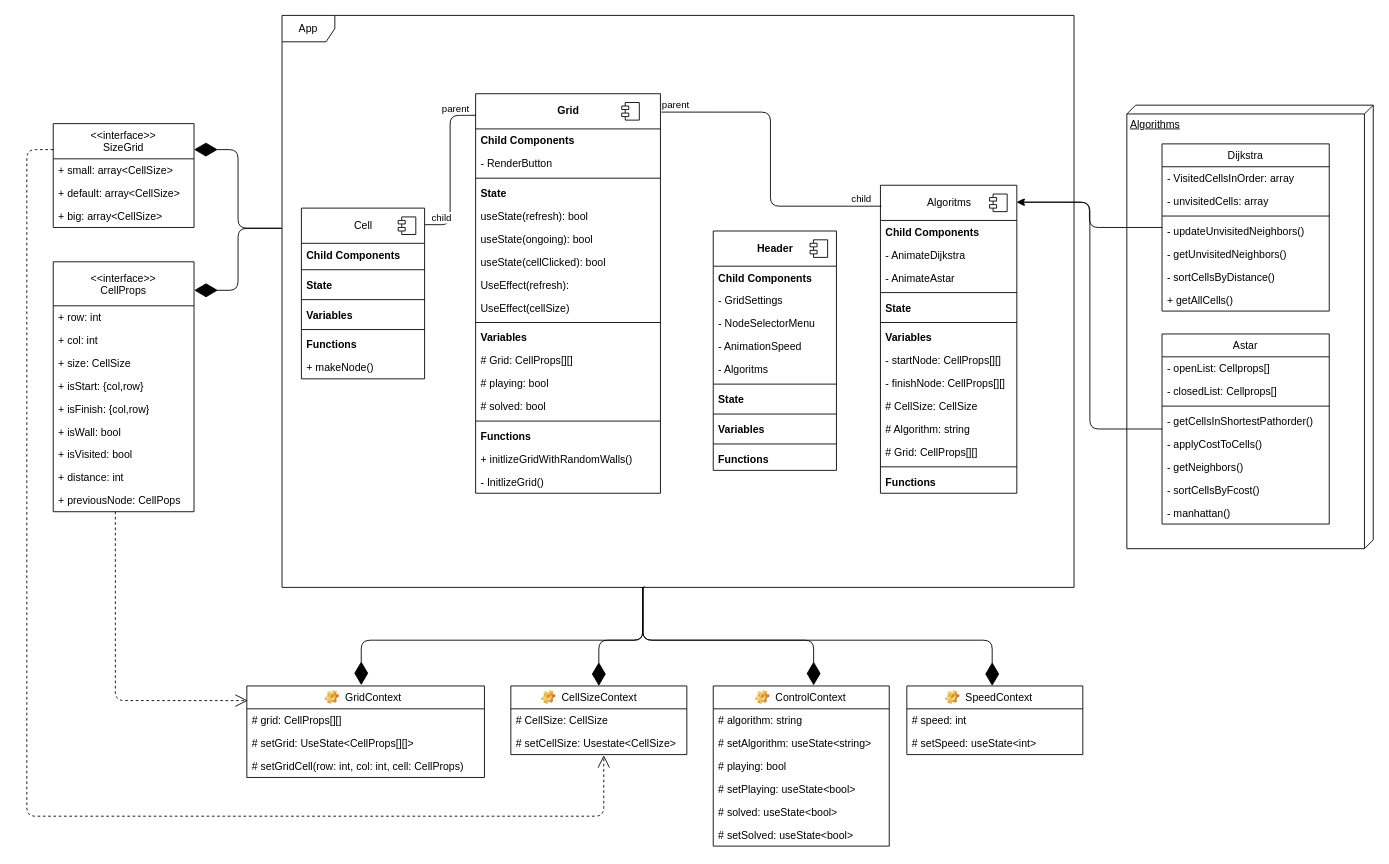
Earlier version of the draw.io diagram assets/UML.drawio (johannes67890/Pathfinding). Source tidied: cells renumbered, new cells numbered last; positions are measured from the earlier drawing's top-left corner, leaving out a move shared by most shapes. Both pictures are drawn from the tidied source at 88%, with x=0, y=0 at pixel (26, 15).
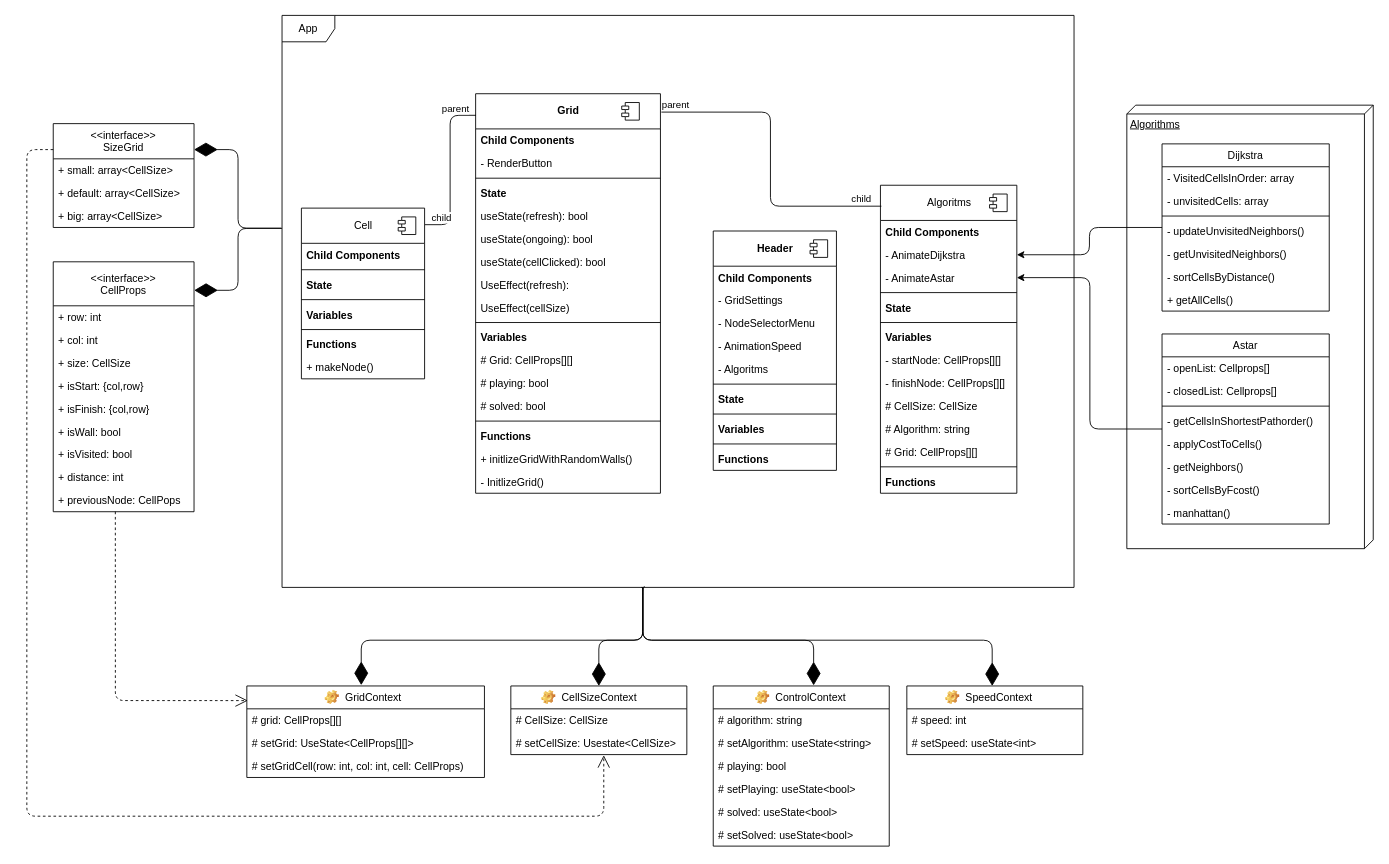
The same diagram, later.

The change refers to these unchanged cells:
```xml
<mxCell id="82" value="Algoritms" style="swimlane;fontStyle=0;horizontal=1;startSize=40;fillColor=default;fontFamily=Helvetica;fontSize=12;fontColor=default;align=center;strokeColor=default;html=1;" parent="1" vertex="1">
  <mxGeometry x="970" y="193" width="155" height="350" as="geometry" />
</mxCell>
<mxCell id="84" value="- AnimateDijkstra" style="text;strokeColor=none;fillColor=none;align=left;verticalAlign=top;spacingLeft=4;spacingRight=4;overflow=hidden;points=[[0,0.5],[1,0.5]];portConstraint=eastwest;" parent="82" vertex="1">
  <mxGeometry y="66" width="155" height="26" as="geometry" />
</mxCell>
<mxCell id="85" value="- AnimateAstar" style="text;strokeColor=none;fillColor=none;align=left;verticalAlign=top;spacingLeft=4;spacingRight=4;overflow=hidden;points=[[0,0.5],[1,0.5]];portConstraint=eastwest;" parent="82" vertex="1">
  <mxGeometry y="92" width="155" height="26" as="geometry" />
</mxCell>
<mxCell id="99" value="Dijkstra" style="swimlane;fontStyle=0;horizontal=1;startSize=26;fillColor=none;" parent="1" vertex="1">
  <mxGeometry x="1290" y="146" width="190" height="190" as="geometry" />
</mxCell>
<mxCell id="114" value="Astar" style="swimlane;fontStyle=0;horizontal=1;startSize=26;fillColor=none;" parent="1" vertex="1">
  <mxGeometry x="1290" y="362" width="190" height="216" as="geometry" />
</mxCell>
```

Change to the diagram source:
```diff
@@
-    <mxCell id="98" style="edgeStyle=orthogonalEdgeStyle;html=1;entryX=1.005;entryY=0.055;entryDx=0;entryDy=0;entryPerimeter=0;" parent="1" edge="1" source="99" target="82">
+    <mxCell id="98" style="edgeStyle=orthogonalEdgeStyle;html=1;entryX=1;entryY=0.5;entryDx=0;entryDy=0;" parent="1" edge="1" source="99" target="84">
       <mxGeometry relative="1" as="geometry" />
     </mxCell>
@@
-    <mxCell id="113" style="edgeStyle=orthogonalEdgeStyle;html=1;entryX=0.998;entryY=0.055;entryDx=0;entryDy=0;entryPerimeter=0;" parent="1" edge="1" source="114" target="82">
+    <mxCell id="113" style="edgeStyle=orthogonalEdgeStyle;html=1;entryX=1;entryY=0.5;entryDx=0;entryDy=0;" parent="1" edge="1" source="114" target="85">
       <mxGeometry relative="1" as="geometry">
         <Array as="points">
           <mxPoint x="1208" y="470" />
-          <mxPoint x="1208" y="212" />
+          <mxPoint x="1208" y="298" />
         </Array>
       </mxGeometry>
     </mxCell>
```
